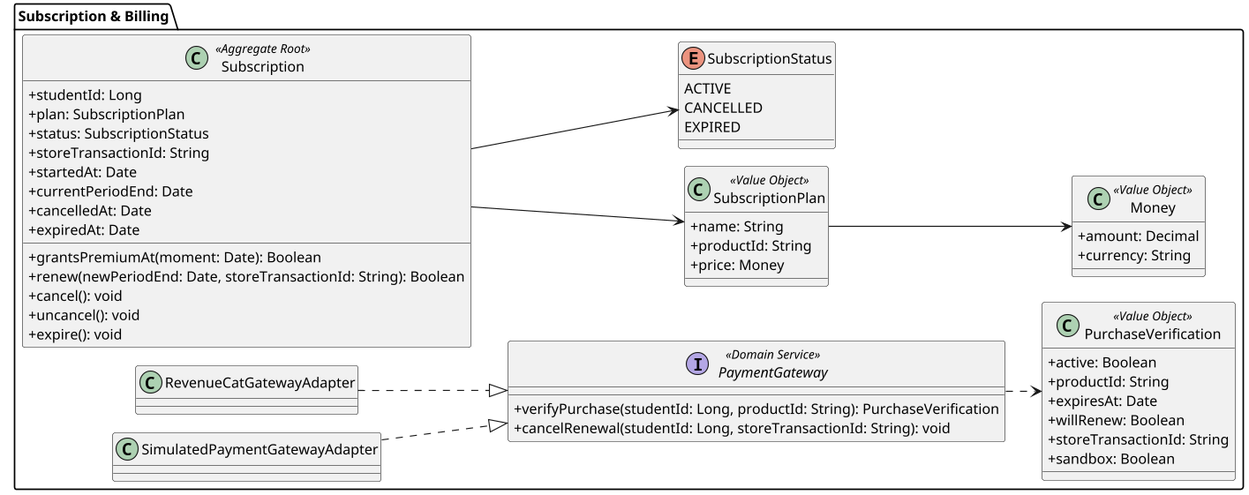
Earlier version of the PlantUML export images-doc/class-subscription-billing-mobile.png (Aplicaciones-Dispositivos-Moviles/SkillSwap-ProjectReport).
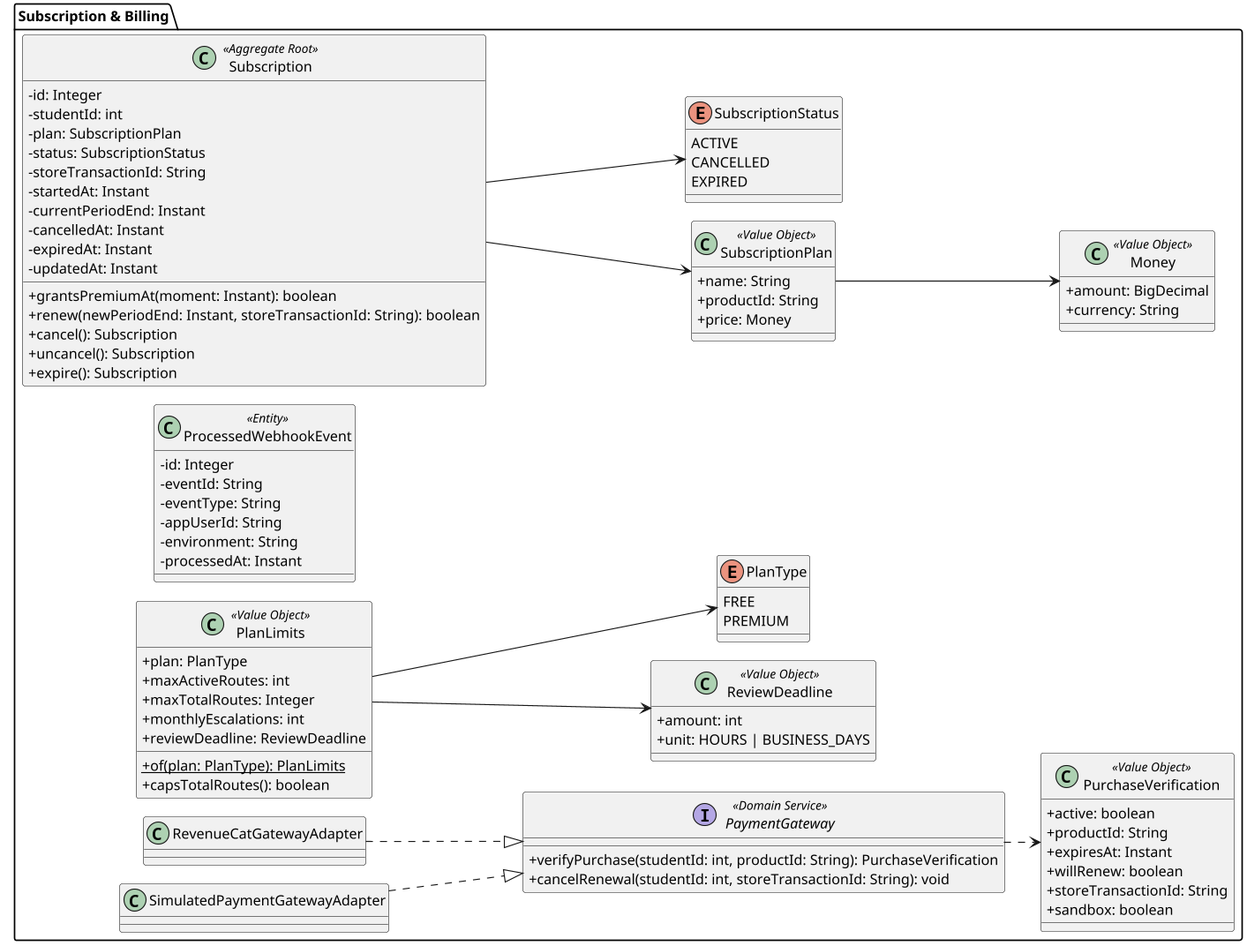
The same file after the commit.

What changed in the source:
```diff
@@ -5,39 +5,34 @@
 skinparam dpi 110
 left to right direction
 
+!startsub BODY
 package "Subscription & Billing" {
     class Subscription <<Aggregate Root>> {
-        +studentId: Long
-        +plan: SubscriptionPlan
-        +status: SubscriptionStatus
-        +storeTransactionId: String
-        +startedAt: Date
-        +currentPeriodEnd: Date
-        +cancelledAt: Date
-        +expiredAt: Date
-        +grantsPremiumAt(moment: Date): Boolean
-        +renew(newPeriodEnd: Date, storeTransactionId: String): Boolean
-        +cancel(): void
-        +uncancel(): void
-        +expire(): void
+        -id: Integer
+        -studentId: int
+        -plan: SubscriptionPlan
+        -status: SubscriptionStatus
+        -storeTransactionId: String
+        -startedAt: Instant
+        -currentPeriodEnd: Instant
+        -cancelledAt: Instant
+        -expiredAt: Instant
+        -updatedAt: Instant
+        +grantsPremiumAt(moment: Instant): boolean
+        +renew(newPeriodEnd: Instant, storeTransactionId: String): boolean
+        +cancel(): Subscription
+        +uncancel(): Subscription
+        +expire(): Subscription
     }
 
-    class PurchaseVerification <<Value Object>> {
-        +active: Boolean
-        +productId: String
-        +expiresAt: Date
-        +willRenew: Boolean
-        +storeTransactionId: String
-        +sandbox: Boolean
+    class ProcessedWebhookEvent <<Entity>> {
+        -id: Integer
+        -eventId: String
+        -eventType: String
+        -appUserId: String
+        -environment: String
+        -processedAt: Instant
     }
-
-    interface PaymentGateway <<Domain Service>> {
-        +verifyPurchase(studentId: Long, productId: String): PurchaseVerification
-        +cancelRenewal(studentId: Long, storeTransactionId: String): void
-    }
-
-    class RevenueCatGatewayAdapter
-    class SimulatedPaymentGatewayAdapter
 
     class SubscriptionPlan <<Value Object>> {
         +name: String
@@ -46,8 +41,32 @@
     }
 
     class Money <<Value Object>> {
-        +amount: Decimal
+        +amount: BigDecimal
         +currency: String
+    }
+
+    class PlanLimits <<Value Object>> {
+        +plan: PlanType
+        +maxActiveRoutes: int
+        +maxTotalRoutes: Integer
+        +monthlyEscalations: int
+        +reviewDeadline: ReviewDeadline
+        +{static} of(plan: PlanType): PlanLimits
+        +capsTotalRoutes(): boolean
+    }
+
+    class "ReviewDeadline" as BillingReviewDeadline <<Value Object>> {
+        +amount: int
+        +unit: HOURS | BUSINESS_DAYS
+    }
+
+    class PurchaseVerification <<Value Object>> {
+        +active: boolean
+        +productId: String
+        +expiresAt: Instant
+        +willRenew: boolean
+        +storeTransactionId: String
+        +sandbox: boolean
     }
 
     enum SubscriptionStatus {
@@ -56,11 +75,27 @@
         EXPIRED
     }
 
+    enum PlanType {
+        FREE
+        PREMIUM
+    }
+
+    interface PaymentGateway <<Domain Service>> {
+        +verifyPurchase(studentId: int, productId: String): PurchaseVerification
+        +cancelRenewal(studentId: int, storeTransactionId: String): void
+    }
+
+    class RevenueCatGatewayAdapter
+    class SimulatedPaymentGatewayAdapter
+
     Subscription --> SubscriptionPlan
     Subscription --> SubscriptionStatus
     SubscriptionPlan --> Money
+    PlanLimits --> PlanType
+    PlanLimits --> BillingReviewDeadline
     PaymentGateway ..> PurchaseVerification
     RevenueCatGatewayAdapter ..|> PaymentGateway
     SimulatedPaymentGatewayAdapter ..|> PaymentGateway
 }
+!endsub
 @enduml
```
